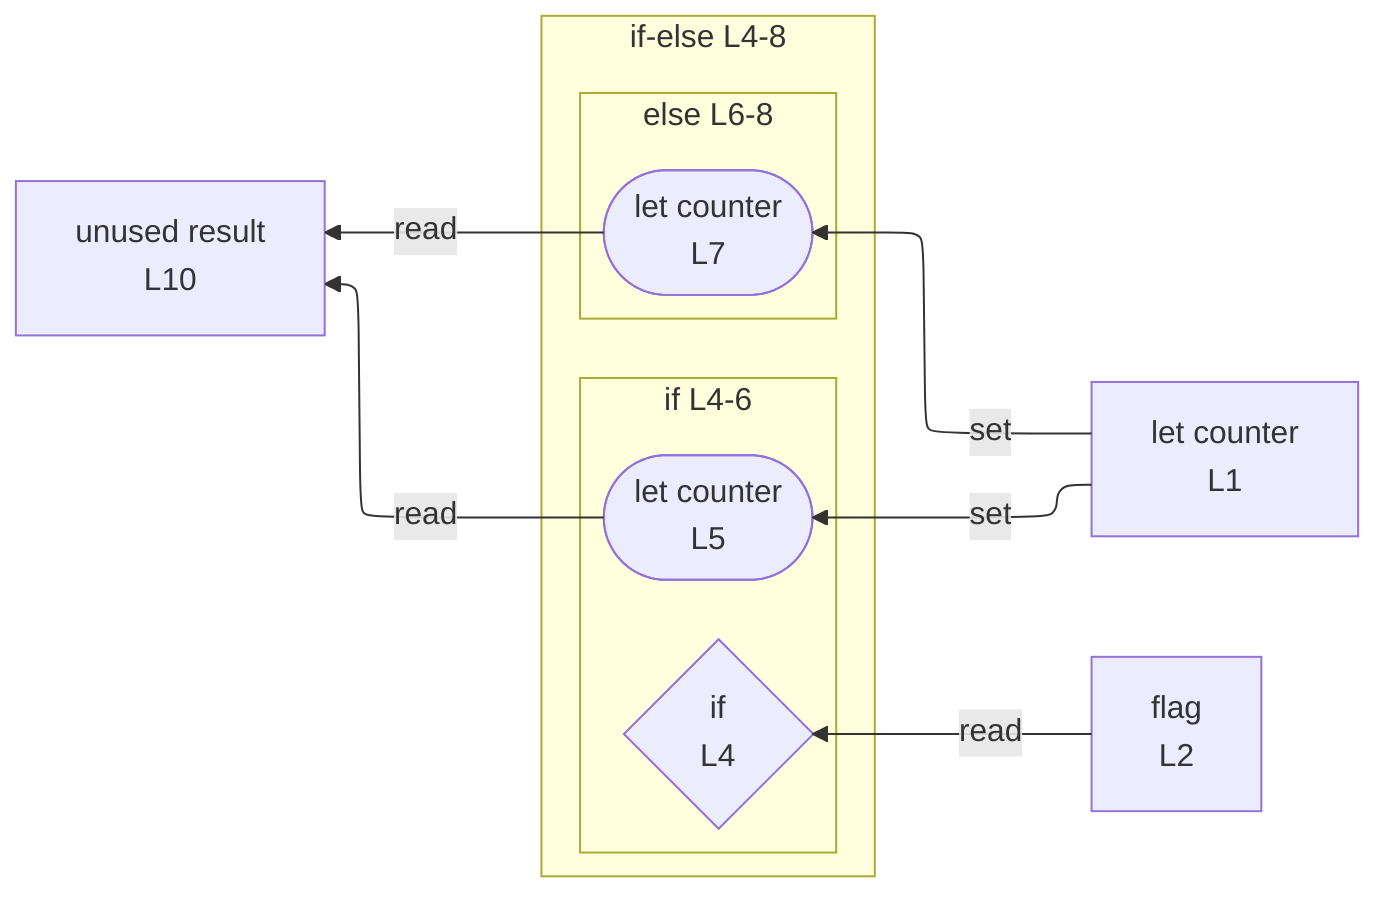
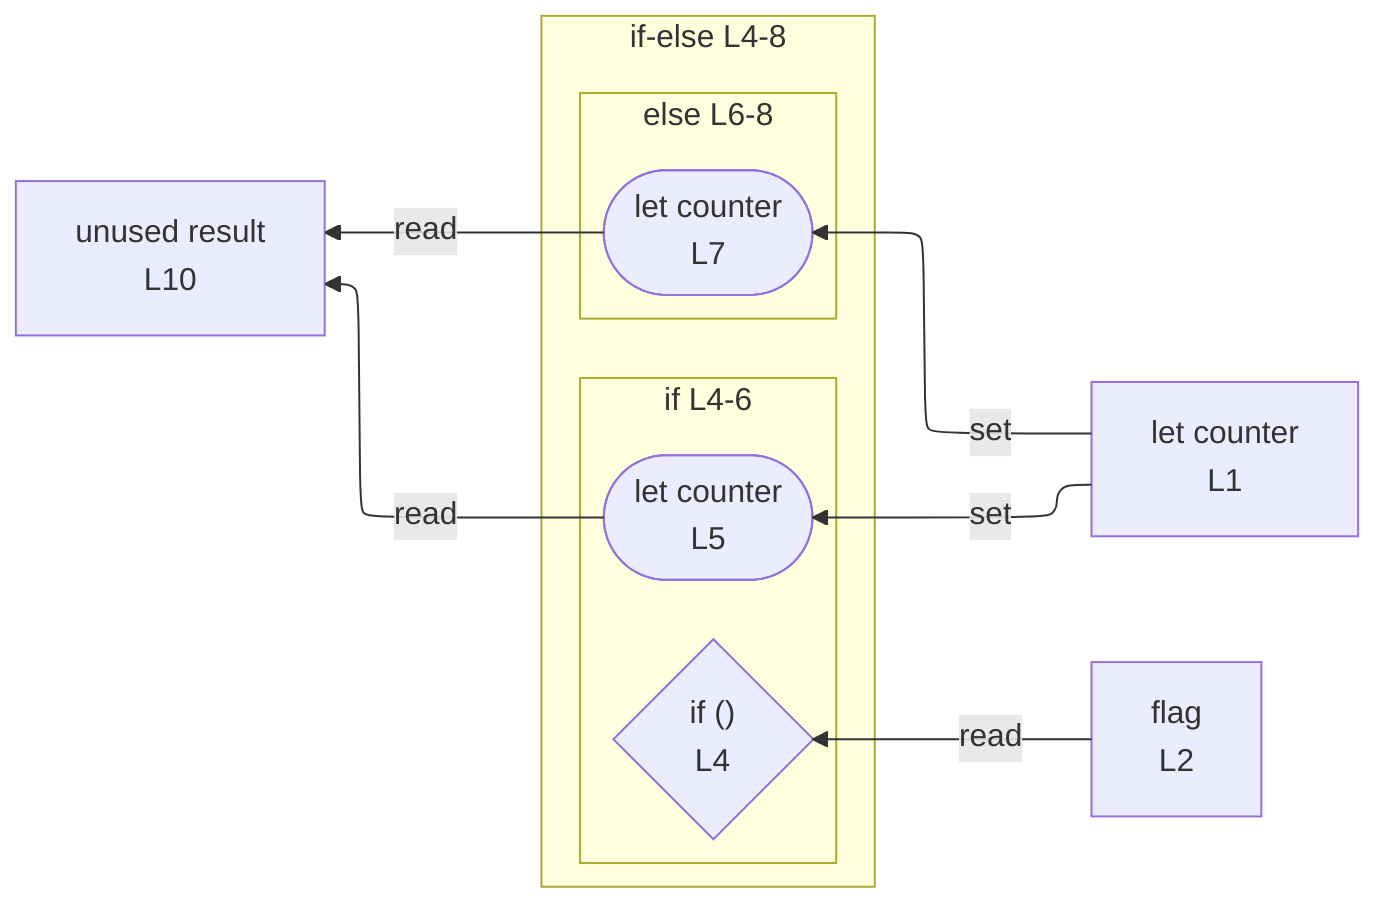
%%{init: {"flowchart": {"defaultRenderer": "elk"}}}%%
flowchart RL
  n_scope_0_counter_4["let counter<br/>L1"]
  n_scope_0_flag_23["flag<br/>L2"]
  n_scope_0_result_97["unused result<br/>L10"]
  subgraph cont_if_scope_0_37["if-else L4-8"]
    direction RL
    subgraph s_scope_1["if L4-6"]
      direction RL
-       if_test_scope_0_37{"if<br/>L4"}
+       if_test_scope_0_37{"if ()<br/>L4"}
      wr_ref_1(["let counter<br/>L5"])
    end
    subgraph s_scope_2["else L6-8"]
      direction RL
      wr_ref_2(["let counter<br/>L7"])
    end
  end
  n_scope_0_counter_4 -->|set| wr_ref_1
  n_scope_0_counter_4 -->|set| wr_ref_2
  n_scope_0_flag_23 -->|read| if_test_scope_0_37
  wr_ref_1 -->|read| n_scope_0_result_97
  wr_ref_2 -->|read| n_scope_0_result_97
